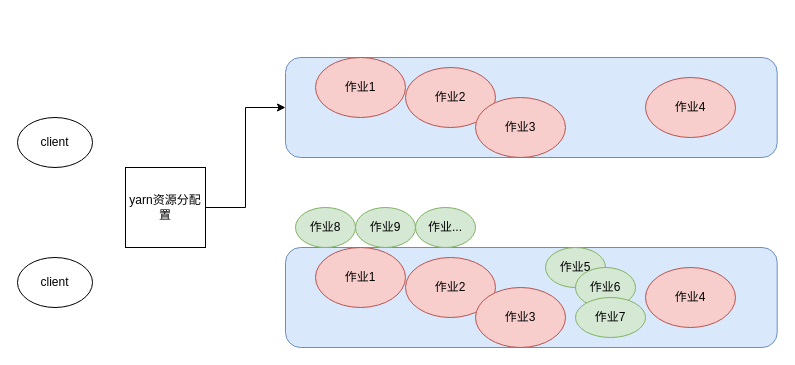
This is spark类型作业.drawio from liangrui198/001, a draw.io file, before an edit. Source tidied: cells renumbered, new cells numbered last; positions are measured from the earlier drawing's top-left corner, leaving out a move shared by most shapes. Both pictures are drawn from the tidied source at 100%, with x=0, y=0 at pixel (17, 57).
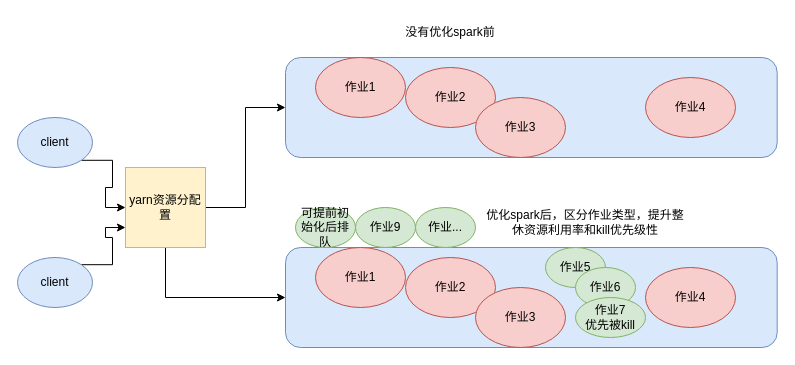
The same page after the edit.

Commit message (it also covers changes not shown here):
更新spark类型作业.drawio

Unchanged cells that the change refers to:
```xml
<mxCell id="9" style="rounded=1;whiteSpace=wrap;html=1;fillColor=#dae8fc;strokeColor=#6c8ebf;" parent="1" vertex="1">
  <mxGeometry x="268" y="190" width="491.7" height="100" as="geometry" />
</mxCell>
```

Diff of the diagram source:
```diff
@@
+    <mxCell id="22" style="edgeStyle=orthogonalEdgeStyle;rounded=0;jettySize=auto;html=1;exitX=0.5;exitY=1;exitDx=0;exitDy=0;entryX=0;entryY=0.5;entryDx=0;entryDy=0;" parent="1" edge="1" source="8" target="9">
+      <mxGeometry relative="1" as="geometry" />
+    </mxCell>
-    <mxCell id="8" value="yarn资源分配置" style="whiteSpace=wrap;html=1;" parent="1" vertex="1">
+    <mxCell id="8" value="yarn资源分配置" style="whiteSpace=wrap;html=1;fillColor=#fff2cc;strokeColor=#d6b656;" parent="1" vertex="1">
       <mxGeometry x="108" y="110" width="80" height="80" as="geometry" />
     </mxCell>
@@
+    <mxCell id="23" style="edgeStyle=orthogonalEdgeStyle;rounded=0;jettySize=auto;html=1;exitX=1;exitY=1;exitDx=0;exitDy=0;entryX=0;entryY=0.5;entryDx=0;entryDy=0;" parent="1" edge="1" source="14" target="8">
+      <mxGeometry relative="1" as="geometry" />
+    </mxCell>
-    <mxCell id="14" value="client" style="ellipse;whiteSpace=wrap;html=1;" parent="1" vertex="1">
+    <mxCell id="14" value="client" style="ellipse;whiteSpace=wrap;html=1;fillColor=#dae8fc;strokeColor=#6c8ebf;" parent="1" vertex="1">
       <mxGeometry y="60" width="75" height="50" as="geometry" />
     </mxCell>
+    <mxCell id="24" style="edgeStyle=orthogonalEdgeStyle;rounded=0;jettySize=auto;html=1;exitX=1;exitY=0;exitDx=0;exitDy=0;entryX=0;entryY=0.75;entryDx=0;entryDy=0;" parent="1" edge="1" source="15" target="8">
+      <mxGeometry relative="1" as="geometry" />
+    </mxCell>
-    <mxCell id="15" value="client" style="ellipse;whiteSpace=wrap;html=1;" parent="1" vertex="1">
+    <mxCell id="15" value="client" style="ellipse;whiteSpace=wrap;html=1;fillColor=#dae8fc;strokeColor=#6c8ebf;" parent="1" vertex="1">
       <mxGeometry y="200" width="75" height="50" as="geometry" />
     </mxCell>
-    <mxCell id="16" value="作业8" style="ellipse;whiteSpace=wrap;html=1;fillColor=#d5e8d4;strokeColor=#82b366;" parent="1" vertex="1">
+    <mxCell id="16" value="可提前初始化后排队" style="ellipse;whiteSpace=wrap;html=1;fillColor=#d5e8d4;strokeColor=#82b366;" parent="1" vertex="1">
       <mxGeometry x="278" y="150" width="60" height="40" as="geometry" />
     </mxCell>
@@
-    <mxCell id="21" value="作业7" style="ellipse;whiteSpace=wrap;html=1;fillColor=#d5e8d4;strokeColor=#82b366;" parent="1" vertex="1">
+    <mxCell id="21" value="作业7&lt;div&gt;优先被kill&lt;/div&gt;" style="ellipse;whiteSpace=wrap;html=1;fillColor=#d5e8d4;strokeColor=#82b366;" parent="1" vertex="1">
       <mxGeometry x="558" y="240" width="70" height="40" as="geometry" />
     </mxCell>
+    <mxCell id="25" value="没有优化spark前" style="text;html=1;align=center;verticalAlign=middle;whiteSpace=wrap;rounded=0;" parent="1" vertex="1">
+      <mxGeometry x="368" y="-40" width="130" height="30" as="geometry" />
+    </mxCell>
+    <mxCell id="26" value="优化spark后，区分作业类型，提升整休资源利用率和kill优先级性" style="text;html=1;align=center;verticalAlign=middle;whiteSpace=wrap;rounded=0;" parent="1" vertex="1">
+      <mxGeometry x="468" y="150" width="200" height="30" as="geometry" />
+    </mxCell>
```
